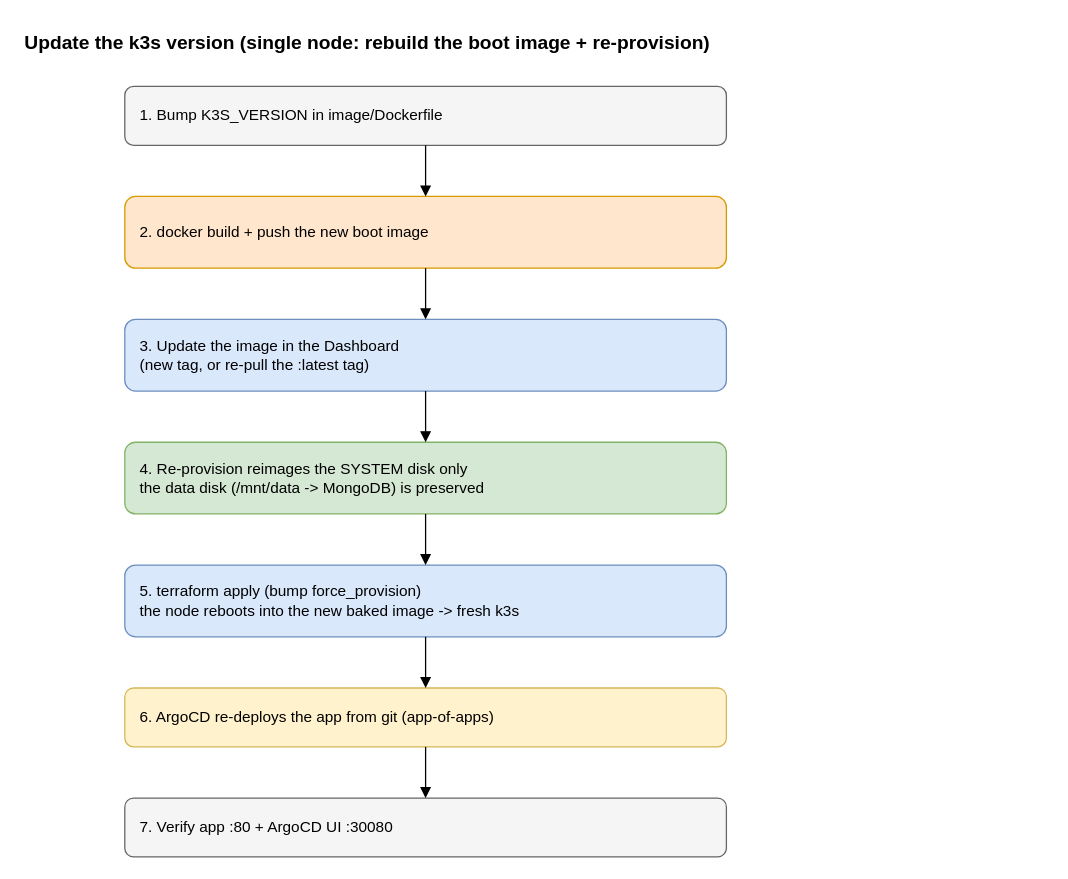
Above: page "Update k3s server" (3 of 3) of k3s-standalone-argocd/assets/k3s-standalone-argocd.drawio in DeV1L/durantic-tf-examples (draw.io), before the change. Source tidied: cells renumbered, new cells numbered last; positions are measured from the earlier drawing's top-left corner, leaving out a move shared by most shapes. Both pictures are drawn from the tidied source at 128%, with x=0, y=0 at pixel (22, 22).
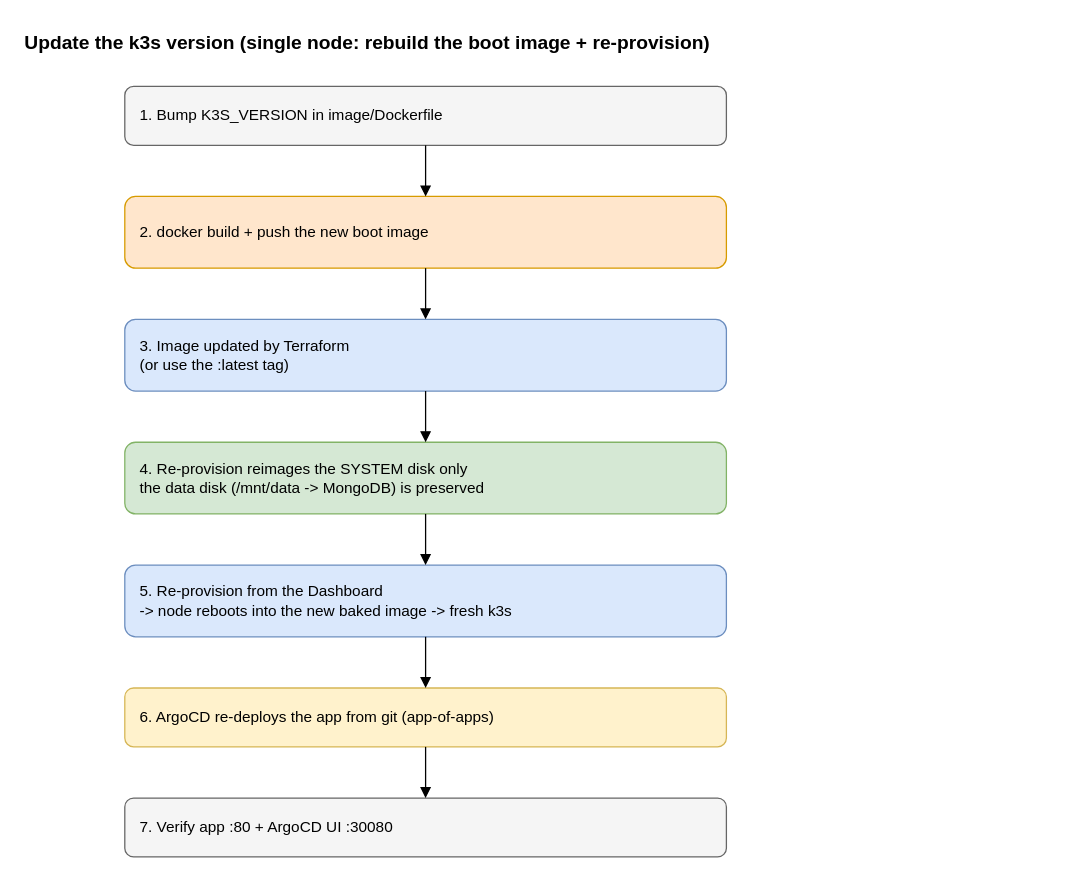
Above is the later version.

What changed in the source:
```diff
@@
 <mxGraphModel>
   <root>
     <mxCell id="0" />
     <mxCell id="1" parent="0" />
     <mxCell id="2" value="Update the k3s version  (single node: rebuild the boot image + re-provision)" style="text;html=1;align=left;verticalAlign=middle;fontSize=15;fontStyle=1;" parent="1" vertex="1">
       <mxGeometry width="800" height="30" as="geometry" />
     </mxCell>
     <mxCell id="3" value="1. Bump K3S_VERSION in image/Dockerfile" style="rounded=1;whiteSpace=wrap;html=1;fillColor=#f5f5f5;strokeColor=#666666;align=left;verticalAlign=middle;spacingLeft=10;" parent="1" vertex="1">
       <mxGeometry x="80" y="50" width="470" height="46" as="geometry" />
     </mxCell>
     <mxCell id="4" value="2. docker build + push the new boot image" style="rounded=1;whiteSpace=wrap;html=1;fillColor=#ffe6cc;strokeColor=#d79b00;align=left;verticalAlign=middle;spacingLeft=10;" parent="1" vertex="1">
       <mxGeometry x="80" y="136" width="470" height="56" as="geometry" />
     </mxCell>
-    <mxCell id="5" value="3. Update the image in the Dashboard&#10;(new tag, or re-pull the :latest tag)" style="rounded=1;whiteSpace=wrap;html=1;fillColor=#dae8fc;strokeColor=#6c8ebf;align=left;verticalAlign=middle;spacingLeft=10;" parent="1" vertex="1">
+    <mxCell id="5" value="3. Image updated by Terraform&#10;(or use the :latest tag)" style="rounded=1;whiteSpace=wrap;html=1;fillColor=#dae8fc;strokeColor=#6c8ebf;align=left;verticalAlign=middle;spacingLeft=10;" parent="1" vertex="1">
       <mxGeometry x="80" y="232" width="470" height="56" as="geometry" />
     </mxCell>
     <mxCell id="6" value="4. Re-provision reimages the SYSTEM disk only&#10;the data disk (/mnt/data -&gt; MongoDB) is preserved" style="rounded=1;whiteSpace=wrap;html=1;fillColor=#d5e8d4;strokeColor=#82b366;align=left;verticalAlign=middle;spacingLeft=10;" parent="1" vertex="1">
       <mxGeometry x="80" y="328" width="470" height="56" as="geometry" />
     </mxCell>
-    <mxCell id="7" value="5. terraform apply  (bump force_provision)&#10;the node reboots into the new baked image -&gt; fresh k3s" style="rounded=1;whiteSpace=wrap;html=1;fillColor=#dae8fc;strokeColor=#6c8ebf;align=left;verticalAlign=middle;spacingLeft=10;" parent="1" vertex="1">
+    <mxCell id="7" value="5. Re-provision from the Dashboard&#10;-&gt; node reboots into the new baked image -&gt; fresh k3s" style="rounded=1;whiteSpace=wrap;html=1;fillColor=#dae8fc;strokeColor=#6c8ebf;align=left;verticalAlign=middle;spacingLeft=10;" parent="1" vertex="1">
       <mxGeometry x="80" y="424" width="470" height="56" as="geometry" />
     </mxCell>
     <mxCell id="8" value="6. ArgoCD re-deploys the app from git  (app-of-apps)" style="rounded=1;whiteSpace=wrap;html=1;fillColor=#fff2cc;strokeColor=#d6b656;align=left;verticalAlign=middle;spacingLeft=10;" parent="1" vertex="1">
       <mxGeometry x="80" y="520" width="470" height="46" as="geometry" />
     </mxCell>
     <mxCell id="9" value="7. Verify  app :80  +  ArgoCD UI :30080" style="rounded=1;whiteSpace=wrap;html=1;fillColor=#f5f5f5;strokeColor=#666666;align=left;verticalAlign=middle;spacingLeft=10;" parent="1" vertex="1">
       <mxGeometry x="80" y="606" width="470" height="46" as="geometry" />
     </mxCell>
     <mxCell id="10" style="endArrow=block;html=1;rounded=0;exitX=0.5;exitY=1;exitDx=0;exitDy=0;entryX=0.5;entryY=0;entryDx=0;entryDy=0;" parent="1" edge="1" source="3" target="4">
       <mxGeometry relative="1" as="geometry" />
     </mxCell>
     <mxCell id="11" style="endArrow=block;html=1;rounded=0;exitX=0.5;exitY=1;exitDx=0;exitDy=0;entryX=0.5;entryY=0;entryDx=0;entryDy=0;" parent="1" edge="1" source="4" target="5">
       <mxGeometry relative="1" as="geometry" />
     </mxCell>
     <mxCell id="12" style="endArrow=block;html=1;rounded=0;exitX=0.5;exitY=1;exitDx=0;exitDy=0;entryX=0.5;entryY=0;entryDx=0;entryDy=0;" parent="1" edge="1" source="5" target="6">
       <mxGeometry relative="1" as="geometry" />
     </mxCell>
     <mxCell id="13" style="endArrow=block;html=1;rounded=0;exitX=0.5;exitY=1;exitDx=0;exitDy=0;entryX=0.5;entryY=0;entryDx=0;entryDy=0;" parent="1" edge="1" source="6" target="7">
       <mxGeometry relative="1" as="geometry" />
     </mxCell>
     <mxCell id="14" style="endArrow=block;html=1;rounded=0;exitX=0.5;exitY=1;exitDx=0;exitDy=0;entryX=0.5;entryY=0;entryDx=0;entryDy=0;" parent="1" edge="1" source="7" target="8">
       <mxGeometry relative="1" as="geometry" />
     </mxCell>
     <mxCell id="15" style="endArrow=block;html=1;rounded=0;exitX=0.5;exitY=1;exitDx=0;exitDy=0;entryX=0.5;entryY=0;entryDx=0;entryDy=0;" parent="1" edge="1" source="8" target="9">
       <mxGeometry relative="1" as="geometry" />
     </mxCell>
   </root>
 </mxGraphModel>
```
